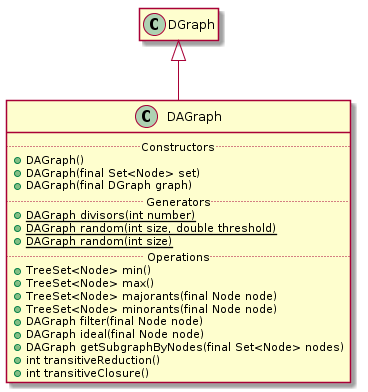
This is api/dgraph/DAGraph.png from EstrellaRL/java-lattices, a PlantUML export, as it was before one commit.
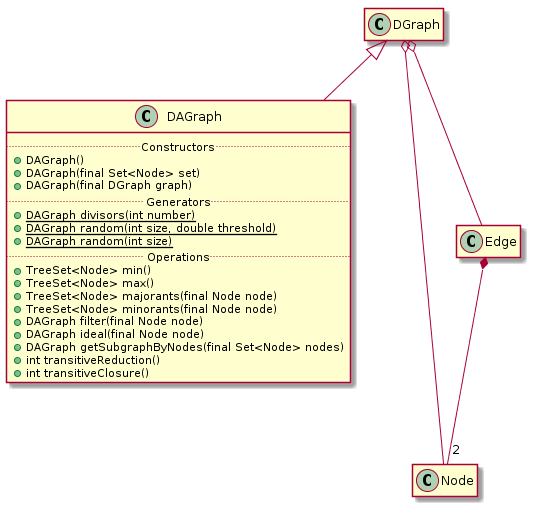
After the commit.

Change to the diagram source:
```diff
@@ -20,8 +20,147 @@
     +int transitiveClosure()
 }
 
+DGraph <|-- DAGraph
 
- DGraph <|-- DAGraph
+class DGraph {
+    -TreeSet<Node> nodes
+    -TreeMap<Node, TreeSet<Edge>> successors
+    -TreeMap<Node, TreeSet<Edge>> predecessors
+	.. Constructors ..
+    +DGraph()
+    +DGraph(final Set<Node> set)
+    +DGraph(final DGraph graph)
+	.. Generators ..
+    +{static}DGraph random(int size, double threshold)
+    +{static}DGraph random(int size)
+	.. Accessors ..
+    +int sizeNodes()
+    +int sizeEdges()
+    +SortedSet<Node> getNodes()
+    +SortedSet<Edge> getEdges()
+    +SortedSet<Edge> getSuccessorEdges(final Node node)
+    +SortedSet<Edge> getPredecessorEdges(final Node node)
+    +TreeSet<Node> getSuccessorNodes(final Node node)
+    +TreeSet<Node> getPredecessorNodes(final Node node)
+    +Edge getEdge(final Node from, final Node to)
+    +Node getNode(final Object search)
+    +Node getNodeByContent(final Object content)
+    +Node getNodeByIdentifier(int identifier)
+    +TreeSet<Node> getSinks()
+    +TreeSet<Node> getWells()
+    #TreeMap<Node, TreeSet<Edge>> getSuccessors()
+    #TreeMap<Node, TreeSet<Edge>> getPredecessors()
+	.. Mutators ..
+    #DGraph setNodes(final TreeSet<Node> nodes)
+    #DGraph setSuccessors(final TreeMap<Node, TreeSet<Edge>> successors)
+    #DGraph setPredecessors(final TreeMap<Node, TreeSet<Edge>> predecessors)
+    .. Predicates ..
+    +boolean containsNode(final Node node)
+    +boolean containsEdge(final Node from, final Node to)
+    +boolean containsEdge(final Edge edge)
+    +boolean isAcyclic()
+	.. Transformers ..
+    +String toString()
+    .. Persistence ..
+    +void writeDot(final String filename)
+	.. Operations ..
+    +boolean addNode(final Node node)
+    +boolean addEdge(final Node from, final Node to, final Object content)
+    +boolean addEdge(final Node from, final Node to)
+    +boolean addEdge(final Edge edge)
+    +boolean removeNode(final Node node)
+    +boolean removeNodes(final Set<Node> nodes)
+    +boolean removeEdge(final Node from, final Node to)
+    +boolean removeEdge(final Edge edge)
+    +ArrayList<Node> topologicalSort()
+    +DGraph getSubgraphByNodes(final Set<Node> nodes)
+    +DGraph getSubgraphByEdges(final Set<Edge> edges)
+    +void complementary()
+    +int reflexiveReduction()
+    +int reflexiveClosure()
+    +int transitiveClosure()
+    +ArrayList<Node>[] depthFirstSearch(Node source, TreeSet<Node> visited, ArrayList<Node> sort)
+    +ArrayList<Node>[] depthFirstSearch()
+    +void transpose()
+    +DAGraph getStronglyConnectedComponent()
+}
 
- hide empty members
+
+DGraph o-- Node
+DGraph o-- Edge
+
+class Node {
+	-int identifier
+    -Object content
+    -{static} int count = 0
+	.. Constructors ..
+    +Node(final Object content)
+    +Node()
+    +Node(final Node node)
+	.. Creators ..
+    +Node copy()
+	.. Accessors ..
+    +int getIdentifier()
+    +Object getContent()
+	.. Transformers ..
+    +String toString()
+    +String toDot()
+	.. Comparators ..
+    +boolean equals(final Object object)
+    +int hashCode()
+    +int compareTo(final Object object)
+}
+
+class Edge {
+    -Node from
+    -Node to
+    -Object content
+	.. Constructors ..
+    +Edge(final Node from, final Node to, final Object content)
+    +Edge(final Node from, final Node to)
+	.. Accessors ..
+    +Node getFrom()
+    +Node getTo()
+    +Object getContent()
+	.. Mutators ..
+    +Edge setContent(final Object content)
+    .. Predicates ..
+    +boolean hasContent()
+	.. Transformers ..
+    +String toString()
+    +String toDot()
+	.. Comparators ..
+    +int compareTo(final Object object)
+}
+
+Edge *-- "2" Node
+
+class Node {
+	-int identifier
+    -Object content
+    -{static} int count = 0
+	.. Constructors ..
+    +Node(final Object content)
+    +Node()
+    +Node(final Node node)
+	.. Creators ..
+    +Node copy()
+	.. Accessors ..
+    +int getIdentifier()
+    +Object getContent()
+	.. Transformers ..
+    +String toString()
+    +String toDot()
+	.. Comparators ..
+    +boolean equals(final Object object)
+    +int hashCode()
+    +int compareTo(final Object object)
+}
+
+
+
+
+
+ hide members
+ show DAGraph members
 @enduml
```
